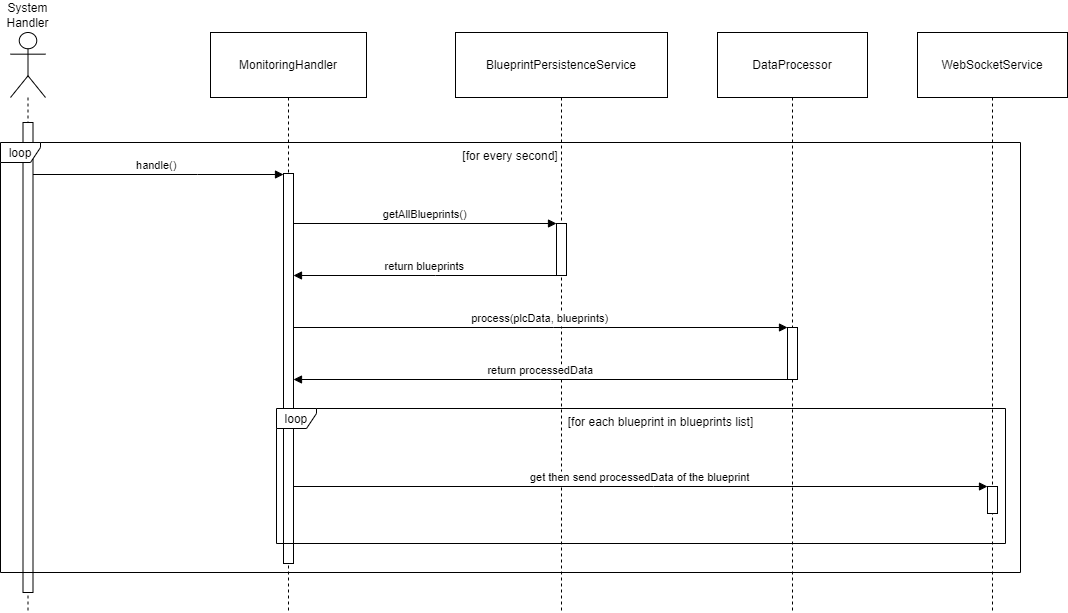
f-pms/Document keeps this draw.io diagram as Report7/SDD/Detailed-Design/Monitoring/sequence-T4-22.drawio.png. Above is the earlier version. Source tidied: cells renumbered, new cells last; positions are measured from the earlier drawing's top-left corner, leaving out a move shared by most shapes. The source it was exported from:
```xml
<mxGraphModel>
  <root>
    <mxCell id="0" />
    <mxCell id="1" parent="0" />
    <mxCell id="2" value="System Handler" style="shape=umlLifeline;perimeter=lifelinePerimeter;whiteSpace=wrap;newEdgeStyle={&quot;edgeStyle&quot;:&quot;elbowEdgeStyle&quot;,&quot;elbow&quot;:&quot;vertical&quot;,&quot;curved&quot;:0,&quot;rounded&quot;:0};participant=umlActor;verticalAlign=bottom;labelPosition=center;verticalLabelPosition=top;align=center;size=65;" parent="1" vertex="1">
      <mxGeometry x="10" width="35" height="580" as="geometry" />
    </mxCell>
    <mxCell id="3" value="MonitoringHandler" style="shape=umlLifeline;perimeter=lifelinePerimeter;whiteSpace=wrap;newEdgeStyle={&quot;edgeStyle&quot;:&quot;elbowEdgeStyle&quot;,&quot;elbow&quot;:&quot;vertical&quot;,&quot;curved&quot;:0,&quot;rounded&quot;:0};size=65;" parent="1" vertex="1">
      <mxGeometry x="210" width="156" height="580" as="geometry" />
    </mxCell>
    <mxCell id="4" style="perimeter=orthogonalPerimeter;targetShapes=umlLifeline;newEdgeStyle={&quot;edgeStyle&quot;:&quot;elbowEdgeStyle&quot;,&quot;elbow&quot;:&quot;vertical&quot;,&quot;curved&quot;:0,&quot;rounded&quot;:0};" parent="3" vertex="1">
      <mxGeometry x="73" y="141" width="10" height="390" as="geometry" />
    </mxCell>
    <mxCell id="5" value="BlueprintPersistenceService" style="shape=umlLifeline;perimeter=lifelinePerimeter;whiteSpace=wrap;newEdgeStyle={&quot;edgeStyle&quot;:&quot;elbowEdgeStyle&quot;,&quot;elbow&quot;:&quot;vertical&quot;,&quot;curved&quot;:0,&quot;rounded&quot;:0};size=65;" parent="1" vertex="1">
      <mxGeometry x="455" width="212" height="580" as="geometry" />
    </mxCell>
    <mxCell id="6" style="points=[];perimeter=orthogonalPerimeter;outlineConnect=0;targetShapes=umlLifeline;portConstraint=eastwest;newEdgeStyle={&quot;edgeStyle&quot;:&quot;elbowEdgeStyle&quot;,&quot;elbow&quot;:&quot;vertical&quot;,&quot;curved&quot;:0,&quot;rounded&quot;:0};" parent="5" vertex="1">
      <mxGeometry x="101" y="191" width="10" height="52" as="geometry" />
    </mxCell>
    <mxCell id="7" value="DataProcessor" style="shape=umlLifeline;perimeter=lifelinePerimeter;whiteSpace=wrap;newEdgeStyle={&quot;edgeStyle&quot;:&quot;elbowEdgeStyle&quot;,&quot;elbow&quot;:&quot;vertical&quot;,&quot;curved&quot;:0,&quot;rounded&quot;:0};size=65;" parent="1" vertex="1">
      <mxGeometry x="717" width="150" height="580" as="geometry" />
    </mxCell>
    <mxCell id="8" style="points=[];perimeter=orthogonalPerimeter;outlineConnect=0;targetShapes=umlLifeline;portConstraint=eastwest;newEdgeStyle={&quot;edgeStyle&quot;:&quot;elbowEdgeStyle&quot;,&quot;elbow&quot;:&quot;vertical&quot;,&quot;curved&quot;:0,&quot;rounded&quot;:0};" parent="7" vertex="1">
      <mxGeometry x="70" y="295" width="10" height="52" as="geometry" />
    </mxCell>
    <mxCell id="9" value="WebSocketService" style="shape=umlLifeline;perimeter=lifelinePerimeter;whiteSpace=wrap;newEdgeStyle={&quot;edgeStyle&quot;:&quot;elbowEdgeStyle&quot;,&quot;elbow&quot;:&quot;vertical&quot;,&quot;curved&quot;:0,&quot;rounded&quot;:0};size=65;" parent="1" vertex="1">
      <mxGeometry x="917" width="150" height="580" as="geometry" />
    </mxCell>
    <mxCell id="10" value="loop" style="shape=umlFrame;strokeColor=#000000;height=20;width=40;" parent="1" vertex="1">
      <mxGeometry x="276" y="376" width="729" height="135" as="geometry" />
    </mxCell>
    <mxCell id="11" value="[for each blueprint in blueprints list]" style="text;strokeColor=none;fillColor=none;align=center;verticalAlign=middle;whiteSpace=wrap;" parent="10" vertex="1">
      <mxGeometry x="40" width="689" height="27.6" as="geometry" />
    </mxCell>
    <mxCell id="12" value="handle()" style="verticalAlign=bottom;endArrow=block;edgeStyle=elbowEdgeStyle;elbow=vertical;curved=0;rounded=0;" parent="1" edge="1">
      <mxGeometry relative="1" as="geometry">
        <mxPoint x="27.9" y="142" as="sourcePoint" />
        <mxPoint x="283" y="142" as="targetPoint" />
        <Array as="points">
          <mxPoint x="197" y="142" />
        </Array>
      </mxGeometry>
    </mxCell>
    <mxCell id="13" value="getAllBlueprints()" style="verticalAlign=bottom;endArrow=block;edgeStyle=elbowEdgeStyle;elbow=vertical;curved=0;rounded=0;" parent="1" edge="1" target="6">
      <mxGeometry relative="1" as="geometry">
        <mxPoint x="293" y="191" as="sourcePoint" />
        <Array as="points">
          <mxPoint x="437" y="191" />
        </Array>
      </mxGeometry>
    </mxCell>
    <mxCell id="14" value="return blueprints" style="verticalAlign=bottom;endArrow=block;edgeStyle=elbowEdgeStyle;elbow=vertical;curved=0;rounded=0;" parent="1" edge="1" source="6">
      <mxGeometry relative="1" as="geometry">
        <mxPoint x="293" y="243" as="targetPoint" />
        <Array as="points">
          <mxPoint x="435" y="243" />
        </Array>
      </mxGeometry>
    </mxCell>
    <mxCell id="15" value="process(plcData, blueprints)" style="verticalAlign=bottom;endArrow=block;edgeStyle=elbowEdgeStyle;elbow=vertical;curved=0;rounded=0;" parent="1" edge="1" target="8">
      <mxGeometry relative="1" as="geometry">
        <mxPoint x="293" y="295" as="sourcePoint" />
        <Array as="points">
          <mxPoint x="553" y="295" />
        </Array>
      </mxGeometry>
    </mxCell>
    <mxCell id="16" value="return processedData" style="verticalAlign=bottom;endArrow=block;edgeStyle=elbowEdgeStyle;elbow=vertical;curved=0;rounded=0;" parent="1" edge="1" source="8">
      <mxGeometry relative="1" as="geometry">
        <mxPoint x="293" y="347" as="targetPoint" />
        <Array as="points">
          <mxPoint x="550" y="347" />
        </Array>
      </mxGeometry>
    </mxCell>
    <mxCell id="17" value="get then send processedData of the blueprint" style="verticalAlign=bottom;endArrow=block;edgeStyle=elbowEdgeStyle;elbow=vertical;curved=0;rounded=0;" parent="1" edge="1">
      <mxGeometry relative="1" as="geometry">
        <mxPoint x="293" y="454" as="sourcePoint" />
        <mxPoint x="987" y="454" as="targetPoint" />
        <Array as="points">
          <mxPoint x="653" y="454" />
        </Array>
      </mxGeometry>
    </mxCell>
    <mxCell id="18" style="perimeter=orthogonalPerimeter;targetShapes=umlLifeline;newEdgeStyle={&quot;edgeStyle&quot;:&quot;elbowEdgeStyle&quot;,&quot;elbow&quot;:&quot;vertical&quot;,&quot;curved&quot;:0,&quot;rounded&quot;:0};" parent="1" vertex="1">
      <mxGeometry x="987" y="454" width="10" height="27" as="geometry" />
    </mxCell>
    <mxCell id="19" style="perimeter=orthogonalPerimeter;targetShapes=umlLifeline;newEdgeStyle={&quot;edgeStyle&quot;:&quot;elbowEdgeStyle&quot;,&quot;elbow&quot;:&quot;vertical&quot;,&quot;curved&quot;:0,&quot;rounded&quot;:0};" parent="1" vertex="1">
      <mxGeometry x="22.5" y="90" width="10" height="470" as="geometry" />
    </mxCell>
    <mxCell id="20" style="group;" parent="1" vertex="1">
      <mxGeometry y="110" width="1020" height="430" as="geometry" />
    </mxCell>
    <mxCell id="21" value="loop" style="shape=umlFrame;strokeColor=#000000;height=20;width=40;" parent="20" vertex="1">
      <mxGeometry width="1020" height="430" as="geometry" />
    </mxCell>
    <mxCell id="22" value="[for every second]" style="text;strokeColor=none;fillColor=none;align=center;verticalAlign=middle;whiteSpace=wrap;" parent="20" vertex="1">
      <mxGeometry width="1020" height="27.6" as="geometry" />
    </mxCell>
  </root>
</mxGraphModel>
```
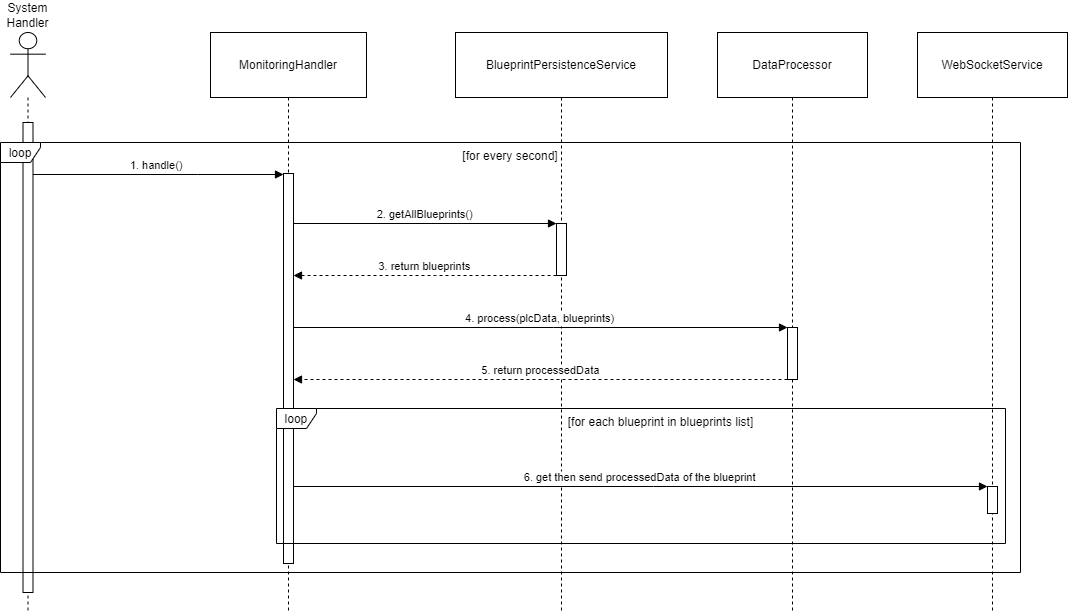
Above is the later version.

Commit message:
Kirin: indexing PLC-Integration sequence diagram (#18)

Diff of the diagram source:
```diff
@@ -32,7 +32,7 @@
     <mxCell id="11" value="[for each blueprint in blueprints list]" style="text;strokeColor=none;fillColor=none;align=center;verticalAlign=middle;whiteSpace=wrap;" parent="10" vertex="1">
       <mxGeometry x="40" width="689" height="27.6" as="geometry" />
     </mxCell>
-    <mxCell id="12" value="handle()" style="verticalAlign=bottom;endArrow=block;edgeStyle=elbowEdgeStyle;elbow=vertical;curved=0;rounded=0;" parent="1" edge="1">
+    <mxCell id="12" value="1. handle()" style="verticalAlign=bottom;endArrow=block;edgeStyle=elbowEdgeStyle;elbow=vertical;curved=0;rounded=0;" parent="1" edge="1">
       <mxGeometry relative="1" as="geometry">
         <mxPoint x="27.9" y="142" as="sourcePoint" />
         <mxPoint x="283" y="142" as="targetPoint" />
@@ -41,7 +41,7 @@
         </Array>
       </mxGeometry>
     </mxCell>
-    <mxCell id="13" value="getAllBlueprints()" style="verticalAlign=bottom;endArrow=block;edgeStyle=elbowEdgeStyle;elbow=vertical;curved=0;rounded=0;" parent="1" edge="1" target="6">
+    <mxCell id="13" value="2. getAllBlueprints()" style="verticalAlign=bottom;endArrow=block;edgeStyle=elbowEdgeStyle;elbow=vertical;curved=0;rounded=0;" parent="1" edge="1" target="6">
       <mxGeometry relative="1" as="geometry">
         <mxPoint x="293" y="191" as="sourcePoint" />
         <Array as="points">
@@ -49,7 +49,7 @@
         </Array>
       </mxGeometry>
     </mxCell>
-    <mxCell id="14" value="return blueprints" style="verticalAlign=bottom;endArrow=block;edgeStyle=elbowEdgeStyle;elbow=vertical;curved=0;rounded=0;" parent="1" edge="1" source="6">
+    <mxCell id="14" value="3. return blueprints" style="verticalAlign=bottom;endArrow=block;edgeStyle=elbowEdgeStyle;elbow=vertical;curved=0;rounded=0;dashed=1;" parent="1" edge="1" source="6">
       <mxGeometry relative="1" as="geometry">
         <mxPoint x="293" y="243" as="targetPoint" />
         <Array as="points">
@@ -57,7 +57,7 @@
         </Array>
       </mxGeometry>
     </mxCell>
-    <mxCell id="15" value="process(plcData, blueprints)" style="verticalAlign=bottom;endArrow=block;edgeStyle=elbowEdgeStyle;elbow=vertical;curved=0;rounded=0;" parent="1" edge="1" target="8">
+    <mxCell id="15" value="4. process(plcData, blueprints)" style="verticalAlign=bottom;endArrow=block;edgeStyle=elbowEdgeStyle;elbow=vertical;curved=0;rounded=0;" parent="1" edge="1" target="8">
       <mxGeometry relative="1" as="geometry">
         <mxPoint x="293" y="295" as="sourcePoint" />
         <Array as="points">
@@ -65,7 +65,7 @@
         </Array>
       </mxGeometry>
     </mxCell>
-    <mxCell id="16" value="return processedData" style="verticalAlign=bottom;endArrow=block;edgeStyle=elbowEdgeStyle;elbow=vertical;curved=0;rounded=0;" parent="1" edge="1" source="8">
+    <mxCell id="16" value="5. return processedData" style="verticalAlign=bottom;endArrow=block;edgeStyle=elbowEdgeStyle;elbow=vertical;curved=0;rounded=0;dashed=1;" parent="1" edge="1" source="8">
       <mxGeometry relative="1" as="geometry">
         <mxPoint x="293" y="347" as="targetPoint" />
         <Array as="points">
@@ -73,7 +73,7 @@
         </Array>
       </mxGeometry>
     </mxCell>
-    <mxCell id="17" value="get then send processedData of the blueprint" style="verticalAlign=bottom;endArrow=block;edgeStyle=elbowEdgeStyle;elbow=vertical;curved=0;rounded=0;" parent="1" edge="1">
+    <mxCell id="17" value="6. get then send processedData of the blueprint" style="verticalAlign=bottom;endArrow=block;edgeStyle=elbowEdgeStyle;elbow=vertical;curved=0;rounded=0;" parent="1" edge="1">
       <mxGeometry relative="1" as="geometry">
         <mxPoint x="293" y="454" as="sourcePoint" />
         <mxPoint x="987" y="454" as="targetPoint" />
```
